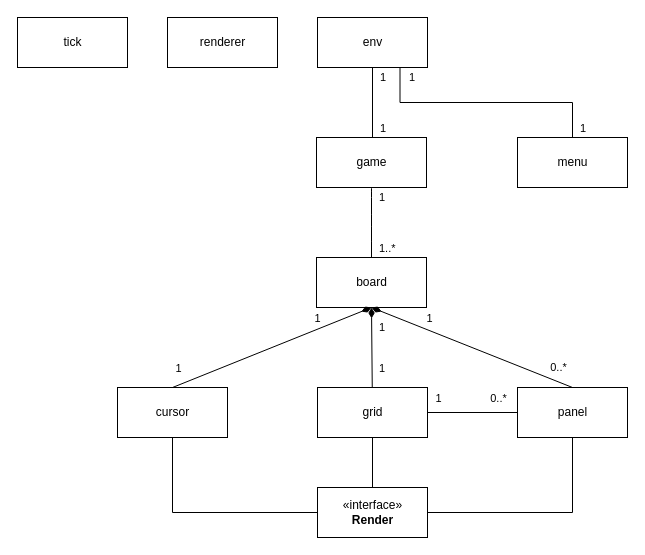
Above: arch.drawio in matonix/panepon (draw.io), before the change. Source tidied: cells renumbered, new cells numbered last; positions are measured from the earlier drawing's top-left corner, leaving out a move shared by most shapes. Both pictures are drawn from the tidied source at 100%, with x=0, y=0 at pixel (17, 17).
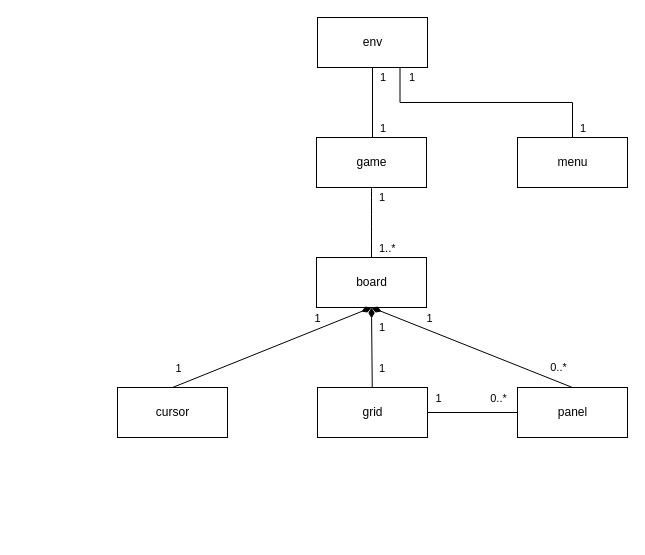
After the change.

The change refers to these unchanged cells:
```xml
<mxCell id="5" value="grid" style="html=1;" parent="1" vertex="1">
  <mxGeometry x="300" y="370" width="110" height="50" as="geometry" />
</mxCell>
<mxCell id="6" value="panel" style="html=1;" parent="1" vertex="1">
  <mxGeometry x="500" y="370" width="110" height="50" as="geometry" />
</mxCell>
<mxCell id="7" value="cursor" style="html=1;" parent="1" vertex="1">
  <mxGeometry x="100" y="370" width="110" height="50" as="geometry" />
</mxCell>
```

Change to the diagram source:
```diff
@@
-    <mxCell id="21" style="edgeStyle=orthogonalEdgeStyle;rounded=0;jettySize=auto;html=1;entryX=0.5;entryY=1;entryDx=0;entryDy=0;endArrow=none;endFill=0;align=left;verticalAlign=middle;" parent="1" edge="1" source="24" target="7">
-      <mxGeometry relative="1" as="geometry" />
-    </mxCell>
-    <mxCell id="22" style="edgeStyle=orthogonalEdgeStyle;rounded=0;jettySize=auto;html=1;entryX=0.5;entryY=1;entryDx=0;entryDy=0;endArrow=none;endFill=0;align=left;verticalAlign=middle;" parent="1" edge="1" source="24" target="5">
-      <mxGeometry relative="1" as="geometry" />
-    </mxCell>
-    <mxCell id="23" style="edgeStyle=orthogonalEdgeStyle;rounded=0;jettySize=auto;html=1;entryX=0.5;entryY=1;entryDx=0;entryDy=0;endArrow=none;endFill=0;align=left;verticalAlign=middle;" parent="1" edge="1" source="24" target="6">
-      <mxGeometry relative="1" as="geometry" />
-    </mxCell>
-    <mxCell id="24" value="«interface»&lt;br&gt;&lt;b&gt;Render&lt;/b&gt;" style="html=1;align=center;verticalAlign=middle;" parent="1" vertex="1">
-      <mxGeometry x="300" y="470" width="110" height="50" as="geometry" />
-    </mxCell>
@@
-    <mxCell id="31" value="renderer" style="html=1;" parent="1" vertex="1">
-      <mxGeometry x="150" width="110" height="50" as="geometry" />
-    </mxCell>
-    <mxCell id="32" value="tick" style="html=1;" parent="1" vertex="1">
-      <mxGeometry width="110" height="50" as="geometry" />
-    </mxCell>
```
